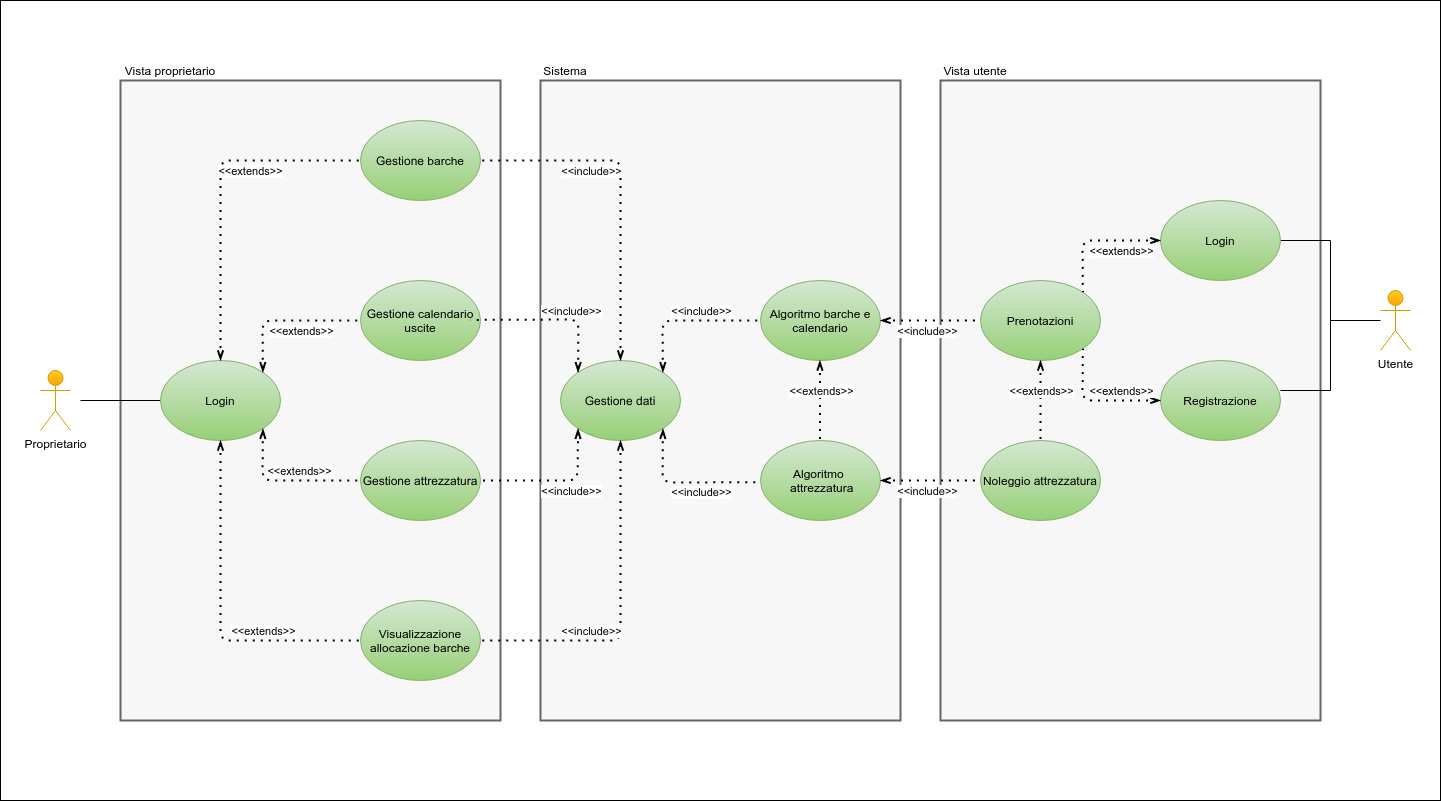
Above: Documentazione/asserts/images/UMLcasiduso_v4.png in marcobisceglia/info3B (draw.io), before the change. Source tidied: cells renumbered, new cells last; positions are measured from the earlier drawing's top-left corner, leaving out a move shared by most shapes. Source of this version:
```xml
<mxGraphModel>
  <root>
    <mxCell id="0" />
    <mxCell id="1" parent="0" />
    <mxCell id="2" style="rounded=0;whiteSpace=wrap;html=1;sketch=0;glass=0;" parent="1" vertex="1">
      <mxGeometry width="1440" height="800" as="geometry" />
    </mxCell>
    <mxCell id="3" style="rounded=0;whiteSpace=wrap;html=1;glass=0;sketch=0;strokeWidth=2;strokeColor=#666666;fontColor=#333333;fillColor=#F7F7F7;" parent="1" vertex="1">
      <mxGeometry x="940" y="80" width="380" height="640" as="geometry" />
    </mxCell>
    <mxCell id="4" style="rounded=0;whiteSpace=wrap;html=1;glass=0;sketch=0;strokeWidth=2;strokeColor=#666666;fontColor=#333333;fillColor=#F7F7F7;" parent="1" vertex="1">
      <mxGeometry x="540" y="80" width="360" height="640" as="geometry" />
    </mxCell>
    <mxCell id="5" style="rounded=0;whiteSpace=wrap;html=1;glass=0;sketch=0;strokeWidth=2;strokeColor=#666666;fontColor=#333333;fillColor=#F7F7F7;" parent="1" vertex="1">
      <mxGeometry x="120" y="80" width="380" height="640" as="geometry" />
    </mxCell>
    <mxCell id="6" style="rounded=0;jettySize=auto;html=1;startArrow=none;startFill=0;endArrow=none;endFill=0;" parent="1" edge="1" target="13">
      <mxGeometry relative="1" as="geometry">
        <mxPoint x="80" y="400" as="sourcePoint" />
      </mxGeometry>
    </mxCell>
    <mxCell id="7" value="Proprietario" style="shape=umlActor;verticalLabelPosition=bottom;verticalAlign=top;html=1;fillColor=#ffcd28;strokeColor=#d79b00;gradientColor=#ffa500;" parent="1" vertex="1">
      <mxGeometry x="40" y="370" width="30" height="60" as="geometry" />
    </mxCell>
    <mxCell id="8" value="Gestione barche" style="ellipse;whiteSpace=wrap;html=1;fillColor=#d5e8d4;strokeColor=#82b366;gradientColor=#97d077;" parent="1" vertex="1">
      <mxGeometry x="360" y="120" width="120" height="80" as="geometry" />
    </mxCell>
    <mxCell id="9" value="Gestione calendario uscite" style="ellipse;whiteSpace=wrap;html=1;fillColor=#d5e8d4;strokeColor=#82b366;gradientColor=#97d077;" parent="1" vertex="1">
      <mxGeometry x="360" y="280" width="120" height="80" as="geometry" />
    </mxCell>
    <mxCell id="10" value="Gestione attrezzatura" style="ellipse;whiteSpace=wrap;html=1;fillColor=#d5e8d4;strokeColor=#82b366;gradientColor=#97d077;" parent="1" vertex="1">
      <mxGeometry x="360" y="440" width="120" height="80" as="geometry" />
    </mxCell>
    <mxCell id="11" value="Visualizzazione allocazione barche" style="ellipse;whiteSpace=wrap;html=1;fillColor=#d5e8d4;strokeColor=#82b366;gradientColor=#97d077;" parent="1" vertex="1">
      <mxGeometry x="360" y="600" width="120" height="80" as="geometry" />
    </mxCell>
    <mxCell id="12" value="Gestione dati" style="ellipse;whiteSpace=wrap;html=1;fillColor=#d5e8d4;strokeColor=#82b366;gradientColor=#97d077;" parent="1" vertex="1">
      <mxGeometry x="560" y="360" width="120" height="80" as="geometry" />
    </mxCell>
    <mxCell id="13" value="Login" style="ellipse;whiteSpace=wrap;html=1;fillColor=#d5e8d4;strokeColor=#82b366;gradientColor=#97d077;" parent="1" vertex="1">
      <mxGeometry x="160" y="360" width="120" height="80" as="geometry" />
    </mxCell>
    <mxCell id="14" style="endArrow=none;dashed=1;html=1;dashPattern=1 3;strokeWidth=2;entryX=0;entryY=0.5;entryDx=0;entryDy=0;startArrow=openThin;startFill=0;exitX=0.5;exitY=0;exitDx=0;exitDy=0;" parent="1" edge="1" source="13" target="8">
      <mxGeometry relative="1" as="geometry">
        <Array as="points">
          <mxPoint x="220" y="160" />
        </Array>
      </mxGeometry>
    </mxCell>
    <mxCell id="15" value="&amp;lt;&amp;lt;extends&amp;gt;&amp;gt;" style="edgeLabel;html=1;align=center;verticalAlign=middle;" parent="14" vertex="1">
      <mxGeometry x="0.5" y="-3" relative="1" as="geometry">
        <mxPoint x="-24.7" y="7" as="offset" />
      </mxGeometry>
    </mxCell>
    <mxCell id="16" style="endArrow=none;dashed=1;html=1;dashPattern=1 3;strokeWidth=2;entryX=0;entryY=0.5;entryDx=0;entryDy=0;exitX=0.5;exitY=1;exitDx=0;exitDy=0;startArrow=openThin;startFill=0;" parent="1" edge="1" source="13" target="11">
      <mxGeometry relative="1" as="geometry">
        <Array as="points">
          <mxPoint x="220" y="640" />
        </Array>
      </mxGeometry>
    </mxCell>
    <mxCell id="17" value="&amp;lt;&amp;lt;extends&amp;gt;&amp;gt;" style="edgeLabel;html=1;align=center;verticalAlign=middle;" parent="16" vertex="1">
      <mxGeometry x="0.5" y="-3" relative="1" as="geometry">
        <mxPoint x="-12.4" y="-13" as="offset" />
      </mxGeometry>
    </mxCell>
    <mxCell id="18" style="endArrow=none;dashed=1;html=1;dashPattern=1 3;strokeWidth=2;entryX=0;entryY=0.5;entryDx=0;entryDy=0;exitX=1;exitY=1;exitDx=0;exitDy=0;startArrow=openThin;startFill=0;" parent="1" edge="1" source="13" target="10">
      <mxGeometry relative="1" as="geometry">
        <Array as="points">
          <mxPoint x="262" y="480" />
        </Array>
      </mxGeometry>
    </mxCell>
    <mxCell id="19" value="&amp;lt;&amp;lt;extends&amp;gt;&amp;gt;" style="edgeLabel;html=1;align=center;verticalAlign=middle;" parent="18" vertex="1">
      <mxGeometry x="0.5" y="-3" relative="1" as="geometry">
        <mxPoint x="-24.2" y="-13" as="offset" />
      </mxGeometry>
    </mxCell>
    <mxCell id="20" style="endArrow=none;dashed=1;html=1;dashPattern=1 3;strokeWidth=2;entryX=0;entryY=0.5;entryDx=0;entryDy=0;exitX=1;exitY=0;exitDx=0;exitDy=0;startArrow=openThin;startFill=0;" parent="1" edge="1" source="13" target="9">
      <mxGeometry relative="1" as="geometry">
        <Array as="points">
          <mxPoint x="262" y="320" />
        </Array>
      </mxGeometry>
    </mxCell>
    <mxCell id="21" value="&amp;lt;&amp;lt;extends&amp;gt;&amp;gt;" style="edgeLabel;html=1;align=center;verticalAlign=middle;" parent="20" vertex="1">
      <mxGeometry x="0.5" y="-3" relative="1" as="geometry">
        <mxPoint x="-22" y="7" as="offset" />
      </mxGeometry>
    </mxCell>
    <mxCell id="22" style="endArrow=none;dashed=1;html=1;dashPattern=1 3;strokeWidth=2;exitX=0.5;exitY=0;exitDx=0;exitDy=0;entryX=1;entryY=0.5;entryDx=0;entryDy=0;startArrow=openThin;startFill=0;" parent="1" edge="1" source="12" target="8">
      <mxGeometry relative="1" as="geometry">
        <Array as="points">
          <mxPoint x="620" y="160" />
        </Array>
      </mxGeometry>
    </mxCell>
    <mxCell id="23" value="&amp;lt;&amp;lt;include&amp;gt;&amp;gt;" style="edgeLabel;html=1;align=center;verticalAlign=middle;" parent="22" vertex="1">
      <mxGeometry x="0.12" y="1" relative="1" as="geometry">
        <mxPoint x="-29" as="offset" />
      </mxGeometry>
    </mxCell>
    <mxCell id="24" style="endArrow=none;dashed=1;html=1;dashPattern=1 3;strokeWidth=2;entryX=0;entryY=0;entryDx=0;entryDy=0;startArrow=openThin;startFill=0;exitX=0;exitY=0;exitDx=0;exitDy=0;" parent="1" edge="1" source="12">
      <mxGeometry relative="1" as="geometry">
        <mxPoint x="470" y="319.4" as="targetPoint" />
        <Array as="points">
          <mxPoint x="578" y="319" />
        </Array>
      </mxGeometry>
    </mxCell>
    <mxCell id="25" value="&amp;lt;&amp;lt;include&amp;gt;&amp;gt;" style="edgeLabel;html=1;align=center;verticalAlign=middle;" parent="24" vertex="1">
      <mxGeometry x="0.49" y="3" relative="1" as="geometry">
        <mxPoint x="59.3" y="-12.3" as="offset" />
      </mxGeometry>
    </mxCell>
    <mxCell id="26" style="endArrow=none;dashed=1;html=1;dashPattern=1 3;strokeWidth=2;entryX=1;entryY=0.5;entryDx=0;entryDy=0;exitX=0;exitY=1;exitDx=0;exitDy=0;startArrow=openThin;startFill=0;" parent="1" edge="1" source="12" target="10">
      <mxGeometry relative="1" as="geometry">
        <Array as="points">
          <mxPoint x="577" y="480" />
        </Array>
      </mxGeometry>
    </mxCell>
    <mxCell id="27" value="&amp;lt;&amp;lt;include&amp;gt;&amp;gt;" style="edgeLabel;html=1;align=center;verticalAlign=middle;" parent="26" vertex="1">
      <mxGeometry x="-0.36" y="5" relative="1" as="geometry">
        <mxPoint x="-12" y="13.7" as="offset" />
      </mxGeometry>
    </mxCell>
    <mxCell id="28" style="endArrow=none;dashed=1;html=1;dashPattern=1 3;strokeWidth=2;exitX=0.5;exitY=1;exitDx=0;exitDy=0;entryX=1;entryY=0.5;entryDx=0;entryDy=0;startArrow=openThin;startFill=0;" parent="1" edge="1" source="12" target="11">
      <mxGeometry relative="1" as="geometry">
        <Array as="points">
          <mxPoint x="620" y="640" />
        </Array>
      </mxGeometry>
    </mxCell>
    <mxCell id="29" value="&amp;lt;&amp;lt;include&amp;gt;&amp;gt;" style="edgeLabel;html=1;align=center;verticalAlign=middle;" parent="28" vertex="1">
      <mxGeometry x="-0.46" y="3" relative="1" as="geometry">
        <mxPoint x="-33" y="97.5" as="offset" />
      </mxGeometry>
    </mxCell>
    <mxCell id="30" value="Algoritmo barche e calendario" style="ellipse;whiteSpace=wrap;html=1;fillColor=#d5e8d4;strokeColor=#82b366;gradientColor=#97d077;" parent="1" vertex="1">
      <mxGeometry x="760" y="280" width="120" height="80" as="geometry" />
    </mxCell>
    <mxCell id="31" style="endArrow=none;dashed=1;html=1;dashPattern=1 3;strokeWidth=2;exitX=1;exitY=0;exitDx=0;exitDy=0;entryX=0;entryY=0.5;entryDx=0;entryDy=0;startArrow=openThin;startFill=0;" parent="1" edge="1" source="12" target="30">
      <mxGeometry relative="1" as="geometry">
        <Array as="points">
          <mxPoint x="662" y="320" />
        </Array>
      </mxGeometry>
    </mxCell>
    <mxCell id="32" value="&amp;lt;&amp;lt;include&amp;gt;&amp;gt;" style="edgeLabel;html=1;align=center;verticalAlign=middle;" parent="31" vertex="1">
      <mxGeometry x="-0.49" y="-1" relative="1" as="geometry">
        <mxPoint x="36.9" y="-23.7" as="offset" />
      </mxGeometry>
    </mxCell>
    <mxCell id="33" value="Algoritmo&amp;nbsp; &amp;nbsp;attrezzatura" style="ellipse;whiteSpace=wrap;html=1;fillColor=#d5e8d4;strokeColor=#82b366;gradientColor=#97d077;" parent="1" vertex="1">
      <mxGeometry x="760" y="440" width="120" height="80" as="geometry" />
    </mxCell>
    <mxCell id="34" style="endArrow=none;dashed=1;html=1;dashPattern=1 3;strokeWidth=2;exitX=1;exitY=1;exitDx=0;exitDy=0;entryX=0;entryY=0.522;entryDx=0;entryDy=0;startArrow=openThin;startFill=0;entryPerimeter=0;" parent="1" edge="1" source="12" target="33">
      <mxGeometry relative="1" as="geometry">
        <Array as="points">
          <mxPoint x="662" y="482" />
        </Array>
      </mxGeometry>
    </mxCell>
    <mxCell id="35" value="&amp;lt;&amp;lt;include&amp;gt;&amp;gt;" style="edgeLabel;html=1;align=center;verticalAlign=middle;" parent="34" vertex="1">
      <mxGeometry x="-0.49" y="-1" relative="1" as="geometry">
        <mxPoint x="38.9" y="22.7" as="offset" />
      </mxGeometry>
    </mxCell>
    <mxCell id="36" style="rounded=0;jettySize=auto;html=1;startArrow=none;startFill=0;endArrow=none;endFill=0;entryX=1;entryY=0.5;entryDx=0;entryDy=0;" parent="1" edge="1" target="38">
      <mxGeometry relative="1" as="geometry">
        <mxPoint x="1330" y="240" as="sourcePoint" />
        <Array as="points">
          <mxPoint x="1330" y="240" />
        </Array>
      </mxGeometry>
    </mxCell>
    <mxCell id="37" value="Utente" style="shape=umlActor;verticalLabelPosition=bottom;verticalAlign=top;html=1;outlineConnect=0;fillColor=#ffcd28;strokeColor=#d79b00;gradientColor=#ffa500;" parent="1" vertex="1">
      <mxGeometry x="1380" y="290" width="30" height="60" as="geometry" />
    </mxCell>
    <mxCell id="38" value="Login" style="ellipse;whiteSpace=wrap;html=1;fillColor=#d5e8d4;strokeColor=#82b366;gradientColor=#97d077;" parent="1" vertex="1">
      <mxGeometry x="1160" y="200" width="120" height="80" as="geometry" />
    </mxCell>
    <mxCell id="39" value="Registrazione" style="ellipse;whiteSpace=wrap;html=1;fillColor=#d5e8d4;strokeColor=#82b366;gradientColor=#97d077;" parent="1" vertex="1">
      <mxGeometry x="1160" y="360" width="120" height="80" as="geometry" />
    </mxCell>
    <mxCell id="40" style="rounded=0;orthogonalLoop=1;jettySize=auto;html=1;startArrow=none;startFill=0;endArrow=none;endFill=0;entryX=1;entryY=0.5;entryDx=0;entryDy=0;" parent="1" edge="1">
      <mxGeometry relative="1" as="geometry">
        <mxPoint x="1330" y="390" as="sourcePoint" />
        <mxPoint x="1280" y="390" as="targetPoint" />
      </mxGeometry>
    </mxCell>
    <mxCell id="41" value="Prenotazioni" style="ellipse;whiteSpace=wrap;html=1;fillColor=#d5e8d4;strokeColor=#82b366;gradientColor=#97d077;" parent="1" vertex="1">
      <mxGeometry x="980" y="280" width="120" height="80" as="geometry" />
    </mxCell>
    <mxCell id="42" style="endArrow=none;dashed=1;html=1;dashPattern=1 3;strokeWidth=2;entryX=1;entryY=0;entryDx=0;entryDy=0;exitX=0;exitY=0.5;exitDx=0;exitDy=0;startArrow=openThin;startFill=0;" parent="1" edge="1" source="38" target="41">
      <mxGeometry relative="1" as="geometry">
        <Array as="points">
          <mxPoint x="1082" y="240" />
        </Array>
      </mxGeometry>
    </mxCell>
    <mxCell id="43" style="endArrow=none;dashed=1;html=1;dashPattern=1 3;strokeWidth=2;entryX=1;entryY=1;entryDx=0;entryDy=0;exitX=0;exitY=0.5;exitDx=0;exitDy=0;startArrow=openThin;startFill=0;" parent="1" edge="1" source="39" target="41">
      <mxGeometry relative="1" as="geometry">
        <Array as="points">
          <mxPoint x="1082" y="400" />
        </Array>
      </mxGeometry>
    </mxCell>
    <mxCell id="44" value="&amp;lt;&amp;lt;extends&amp;gt;&amp;gt;" style="edgeLabel;html=1;align=center;verticalAlign=middle;" parent="1" vertex="1">
      <mxGeometry x="1120" y="250" as="geometry" />
    </mxCell>
    <mxCell id="45" value="&amp;lt;&amp;lt;extends&amp;gt;&amp;gt;" style="edgeLabel;html=1;align=center;verticalAlign=middle;" parent="1" vertex="1">
      <mxGeometry x="1120" y="390" as="geometry" />
    </mxCell>
    <mxCell id="46" value="Noleggio attrezzatura" style="ellipse;whiteSpace=wrap;html=1;fillColor=#d5e8d4;strokeColor=#82b366;gradientColor=#97d077;" parent="1" vertex="1">
      <mxGeometry x="980" y="440" width="120" height="80" as="geometry" />
    </mxCell>
    <mxCell id="47" style="endArrow=none;dashed=1;html=1;dashPattern=1 3;strokeWidth=2;startArrow=openThin;startFill=0;exitX=0.5;exitY=1;exitDx=0;exitDy=0;entryX=0.5;entryY=0;entryDx=0;entryDy=0;" parent="1" edge="1" source="41" target="46">
      <mxGeometry relative="1" as="geometry" />
    </mxCell>
    <mxCell id="48" value="&amp;lt;&amp;lt;extends&amp;gt;&amp;gt;" style="edgeLabel;html=1;align=center;verticalAlign=middle;" parent="1" vertex="1">
      <mxGeometry x="1040" y="390" as="geometry" />
    </mxCell>
    <mxCell id="49" style="endArrow=none;dashed=1;html=1;dashPattern=1 3;strokeWidth=2;exitX=1;exitY=0.5;exitDx=0;exitDy=0;entryX=0;entryY=0.5;entryDx=0;entryDy=0;startArrow=openThin;startFill=0;" parent="1" edge="1" source="30" target="41">
      <mxGeometry relative="1" as="geometry" />
    </mxCell>
    <mxCell id="50" value="&amp;lt;&amp;lt;include&amp;gt;&amp;gt;" style="edgeLabel;html=1;align=center;verticalAlign=middle;" parent="49" vertex="1">
      <mxGeometry x="-0.49" y="-1" relative="1" as="geometry">
        <mxPoint x="20" y="9.4" as="offset" />
      </mxGeometry>
    </mxCell>
    <mxCell id="51" style="endArrow=none;dashed=1;html=1;dashPattern=1 3;strokeWidth=2;exitX=1;exitY=0.5;exitDx=0;exitDy=0;startArrow=openThin;startFill=0;entryX=0;entryY=0.5;entryDx=0;entryDy=0;" parent="1" edge="1" source="33" target="46">
      <mxGeometry relative="1" as="geometry" />
    </mxCell>
    <mxCell id="52" value="&amp;lt;&amp;lt;include&amp;gt;&amp;gt;" style="edgeLabel;html=1;align=center;verticalAlign=middle;" parent="51" vertex="1">
      <mxGeometry x="-0.49" y="-1" relative="1" as="geometry">
        <mxPoint x="20" y="9.4" as="offset" />
      </mxGeometry>
    </mxCell>
    <mxCell id="53" style="endArrow=none;html=1;" parent="1" edge="1">
      <mxGeometry relative="1" as="geometry">
        <mxPoint x="1330" y="390" as="sourcePoint" />
        <mxPoint x="1330" y="240" as="targetPoint" />
      </mxGeometry>
    </mxCell>
    <mxCell id="54" style="endArrow=none;html=1;" parent="1" edge="1" source="37">
      <mxGeometry relative="1" as="geometry">
        <mxPoint x="1330" y="320" as="targetPoint" />
      </mxGeometry>
    </mxCell>
    <mxCell id="55" value="Vista proprietario" style="text;html=1;strokeColor=none;fillColor=none;align=center;verticalAlign=middle;whiteSpace=wrap;rounded=0;glass=0;sketch=0;" parent="1" vertex="1">
      <mxGeometry x="120" y="60" width="100" height="20" as="geometry" />
    </mxCell>
    <mxCell id="56" value="Vista utente" style="text;html=1;strokeColor=none;fillColor=none;align=center;verticalAlign=middle;whiteSpace=wrap;rounded=0;glass=0;sketch=0;" parent="1" vertex="1">
      <mxGeometry x="940" y="60" width="70" height="20" as="geometry" />
    </mxCell>
    <mxCell id="57" value="Sistema" style="text;html=1;strokeColor=none;fillColor=none;align=center;verticalAlign=middle;whiteSpace=wrap;rounded=0;glass=0;sketch=0;" parent="1" vertex="1">
      <mxGeometry x="540" y="60" width="50" height="20" as="geometry" />
    </mxCell>
    <mxCell id="58" style="endArrow=none;dashed=1;html=1;dashPattern=1 3;strokeWidth=2;startArrow=openThin;startFill=0;exitX=0.5;exitY=1;exitDx=0;exitDy=0;entryX=0.5;entryY=0;entryDx=0;entryDy=0;" parent="1" edge="1">
      <mxGeometry relative="1" as="geometry">
        <mxPoint x="819.4" y="360" as="sourcePoint" />
        <mxPoint x="819.4" y="440" as="targetPoint" />
      </mxGeometry>
    </mxCell>
    <mxCell id="59" value="&amp;lt;&amp;lt;extends&amp;gt;&amp;gt;" style="edgeLabel;html=1;align=center;verticalAlign=middle;" parent="1" vertex="1">
      <mxGeometry x="820" y="390" as="geometry" />
    </mxCell>
  </root>
</mxGraphModel>
```
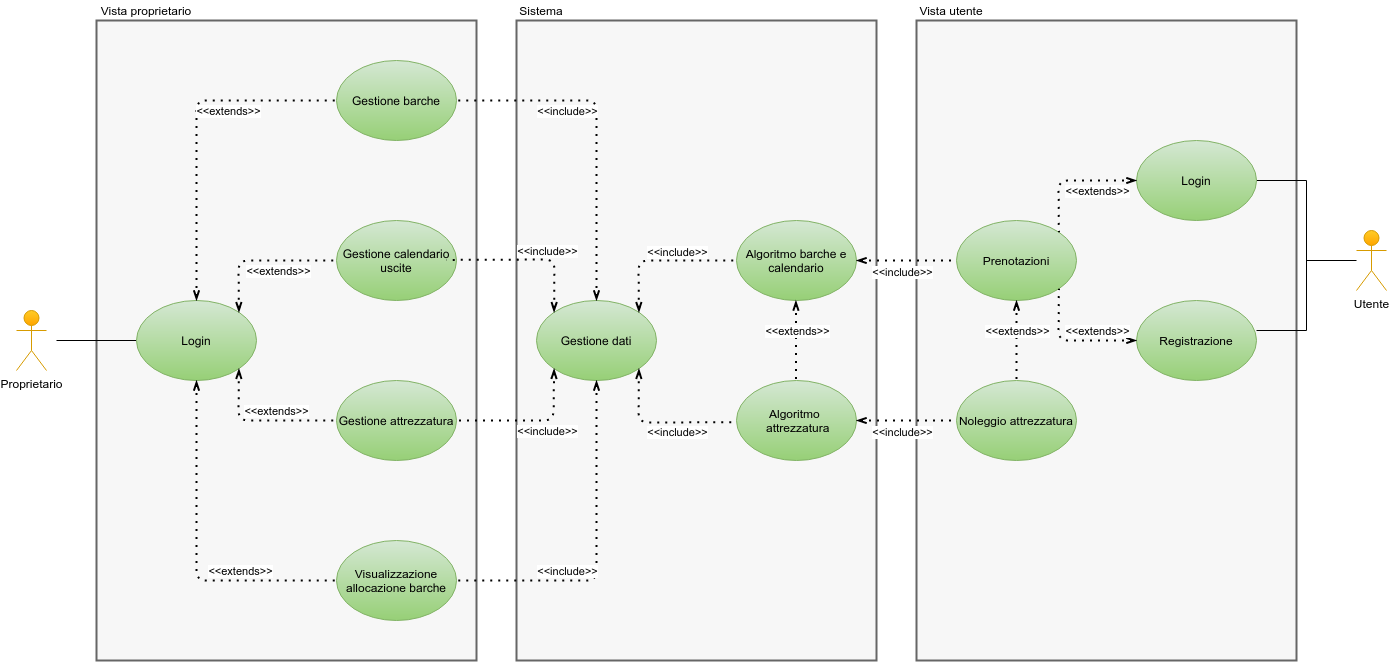
The same diagram one commit later.

The edit, as a diff of the source:
```diff
@@ -1,10 +1,7 @@
-<mxGraphModel>
+<mxGraphModel background="#ffffff">
   <root>
     <mxCell id="0" />
     <mxCell id="1" parent="0" />
-    <mxCell id="2" style="rounded=0;whiteSpace=wrap;html=1;sketch=0;glass=0;" parent="1" vertex="1">
-      <mxGeometry width="1440" height="800" as="geometry" />
-    </mxCell>
     <mxCell id="3" style="rounded=0;whiteSpace=wrap;html=1;glass=0;sketch=0;strokeWidth=2;strokeColor=#666666;fontColor=#333333;fillColor=#F7F7F7;" parent="1" vertex="1">
       <mxGeometry x="940" y="80" width="380" height="640" as="geometry" />
     </mxCell>
```
